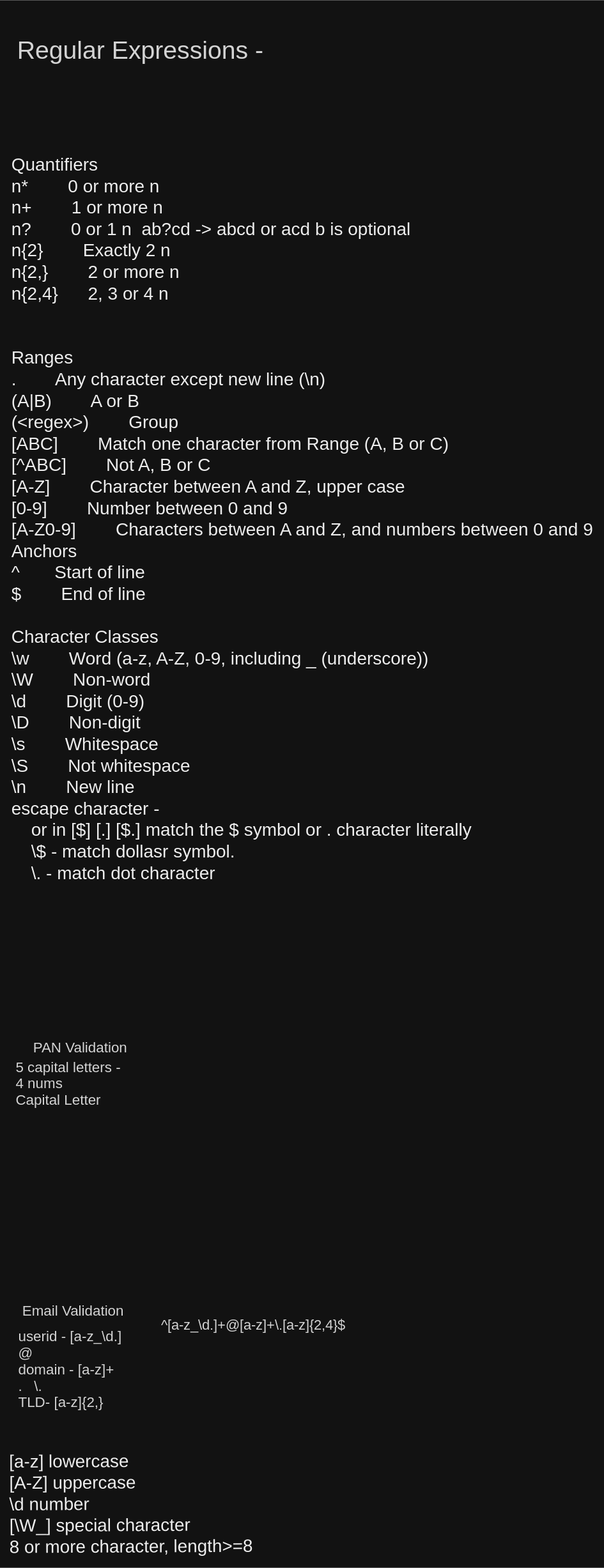
nikhilsharma2407/batch-65 keeps this Excalidraw diagram as notes/Day-12 Intro to Regex.svg. Above is the earlier version. Source tidied: one line per element, renumbered; positions are measured from the earlier drawing's top-left corner, leaving out a move shared by most shapes.
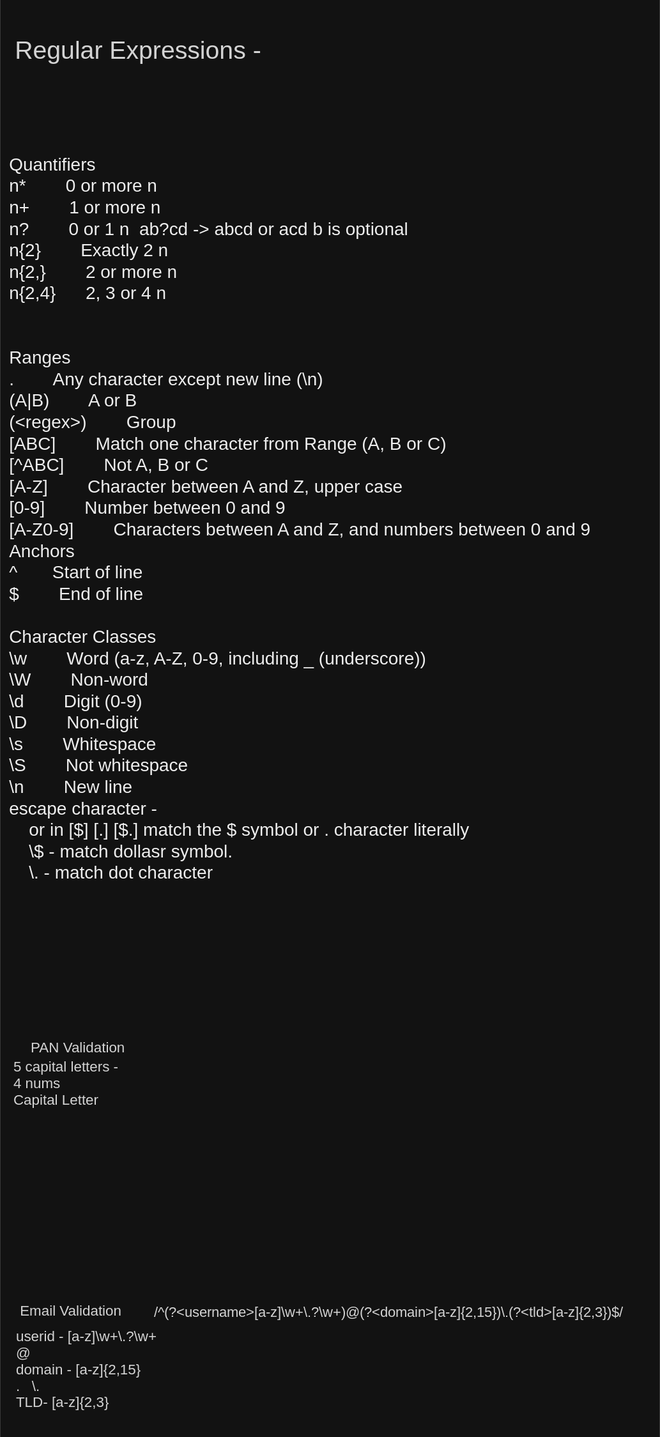
After the commit.

Commit message:
Day-13: Password validation using regex, positive & negative lookahead,useReducer Hook

Change to the diagram source:
```diff
@@ -1,8 +1,7 @@
 {"id": 0, "type": "text", "text": "Quantifiers\nn*        0 or more n\nn+        1 or more n\nn?        0 or 1 n  ab?cd -> abcd or acd b is optional\nn{2}        Exactly 2 n\nn{2,}        2 or more n\nn{2,4}      2, 3 or 4 n\n\n\nRanges\n.        Any character except new line (\\n)\n(A|B)        A or B\n(<regex>)        Group\n[ABC]        Match one character from Range (A, B or C)\n[^ABC]        Not A, B or C\n[A-Z]        Character between A and Z, upper case\n[0-9]        Number between 0 and 9\n[A-Z0-9]        Characters between A and Z, and numbers between 0 and 9\nAnchors\n^       Start of line\n$        End of line\n\nCharacter Classes\n\\w        Word (a-z, A-Z, 0-9, including _ (underscore))\n\\W        Non-word\n\\d        Digit (0-9)\n\\D        Non-digit\n\\s        Whitespace\n\\S        Not whitespace\n\\n        New line\nescape character - \n    or in [$] [.] [$.] match the $ symbol or . character literally\n    \\$ - match dollasr symbol. \n    \\. - match dot character\n    \n\n", "strokeColor": "#000000", "strokeWidth": 1, "roughness": 1, "fontSize": 20, "fontFamily": 2, "x": 2, "y": 163, "width": 653, "height": 888}
-{"id": 1, "type": "text", "text": "\n[a-z] lowercase\n[A-Z] uppercase\n\\d number\n[\\W_] special character\n8 or more character, length>=8", "strokeColor": "#000000", "angle": 6.28, "strokeWidth": 1, "roughness": 1, "fontSize": 19.89, "fontFamily": 2, "x": 0, "y": 1589, "width": 272, "height": 143}
 {"id": 2, "type": "text", "text": "\nRegular Expressions - ", "strokeColor": "#1e1e1e", "strokeWidth": 1, "roughness": 1, "fontSize": 28, "fontFamily": 2, "x": 9, "y": 0, "width": 283, "height": 64}
 {"id": 3, "type": "text", "text": "5 capital letters - \n4 nums\nCapital Letter", "strokeColor": "#1e1e1e", "strokeWidth": 1, "roughness": 1, "fontSize": 16, "fontFamily": 2, "x": 7, "y": 1175, "width": 122, "height": 55}
 {"id": 4, "type": "text", "text": "PAN Validation", "strokeColor": "#1e1e1e", "strokeWidth": 1, "roughness": 1, "fontSize": 16, "fontFamily": 2, "x": 27, "y": 1153, "width": 105, "height": 18}
-{"id": 5, "type": "text", "text": "userid - [a-z_\\d.]\n@\ndomain - [a-z]+\n.   \\.\nTLD- [a-z]{2,}\n", "strokeColor": "#1e1e1e", "strokeWidth": 1, "roughness": 1, "fontSize": 16, "fontFamily": 2, "x": 10, "y": 1476, "width": 116, "height": 110}
+{"id": 5, "type": "text", "text": "userid - [a-z]\\w+\\.?\\w+\n@\ndomain - [a-z]{2,15}\n.   \\.\nTLD- [a-z]{2,3}\n", "strokeColor": "#1e1e1e", "strokeWidth": 1, "roughness": 1, "fontSize": 16, "fontFamily": 2, "x": 10, "y": 1476, "width": 157, "height": 110}
 {"id": 6, "type": "text", "text": "Email Validation", "strokeColor": "#1e1e1e", "strokeWidth": 1, "roughness": 1, "fontSize": 16, "fontFamily": 2, "x": 14, "y": 1448, "width": 114, "height": 18}
-{"id": 7, "type": "text", "text": "^[a-z_\\d.]+@[a-z]+\\.[a-z]{2,4}$", "strokeColor": "#1e1e1e", "strokeWidth": 1, "roughness": 1, "fontSize": 16, "fontFamily": 6, "x": 170, "y": 1461, "width": 221, "height": 20}
+{"id": 7, "type": "text", "text": "/^(?<username>[a-z]\\w+\\.?\\w+)@(?<domain>[a-z]{2,15})\\.(?<tld>[a-z]{2,3})$/", "strokeColor": "#1e1e1e", "strokeWidth": 1, "roughness": 1, "fontSize": 16, "fontFamily": 6, "x": 164, "y": 1447, "width": 556, "height": 20}
```
